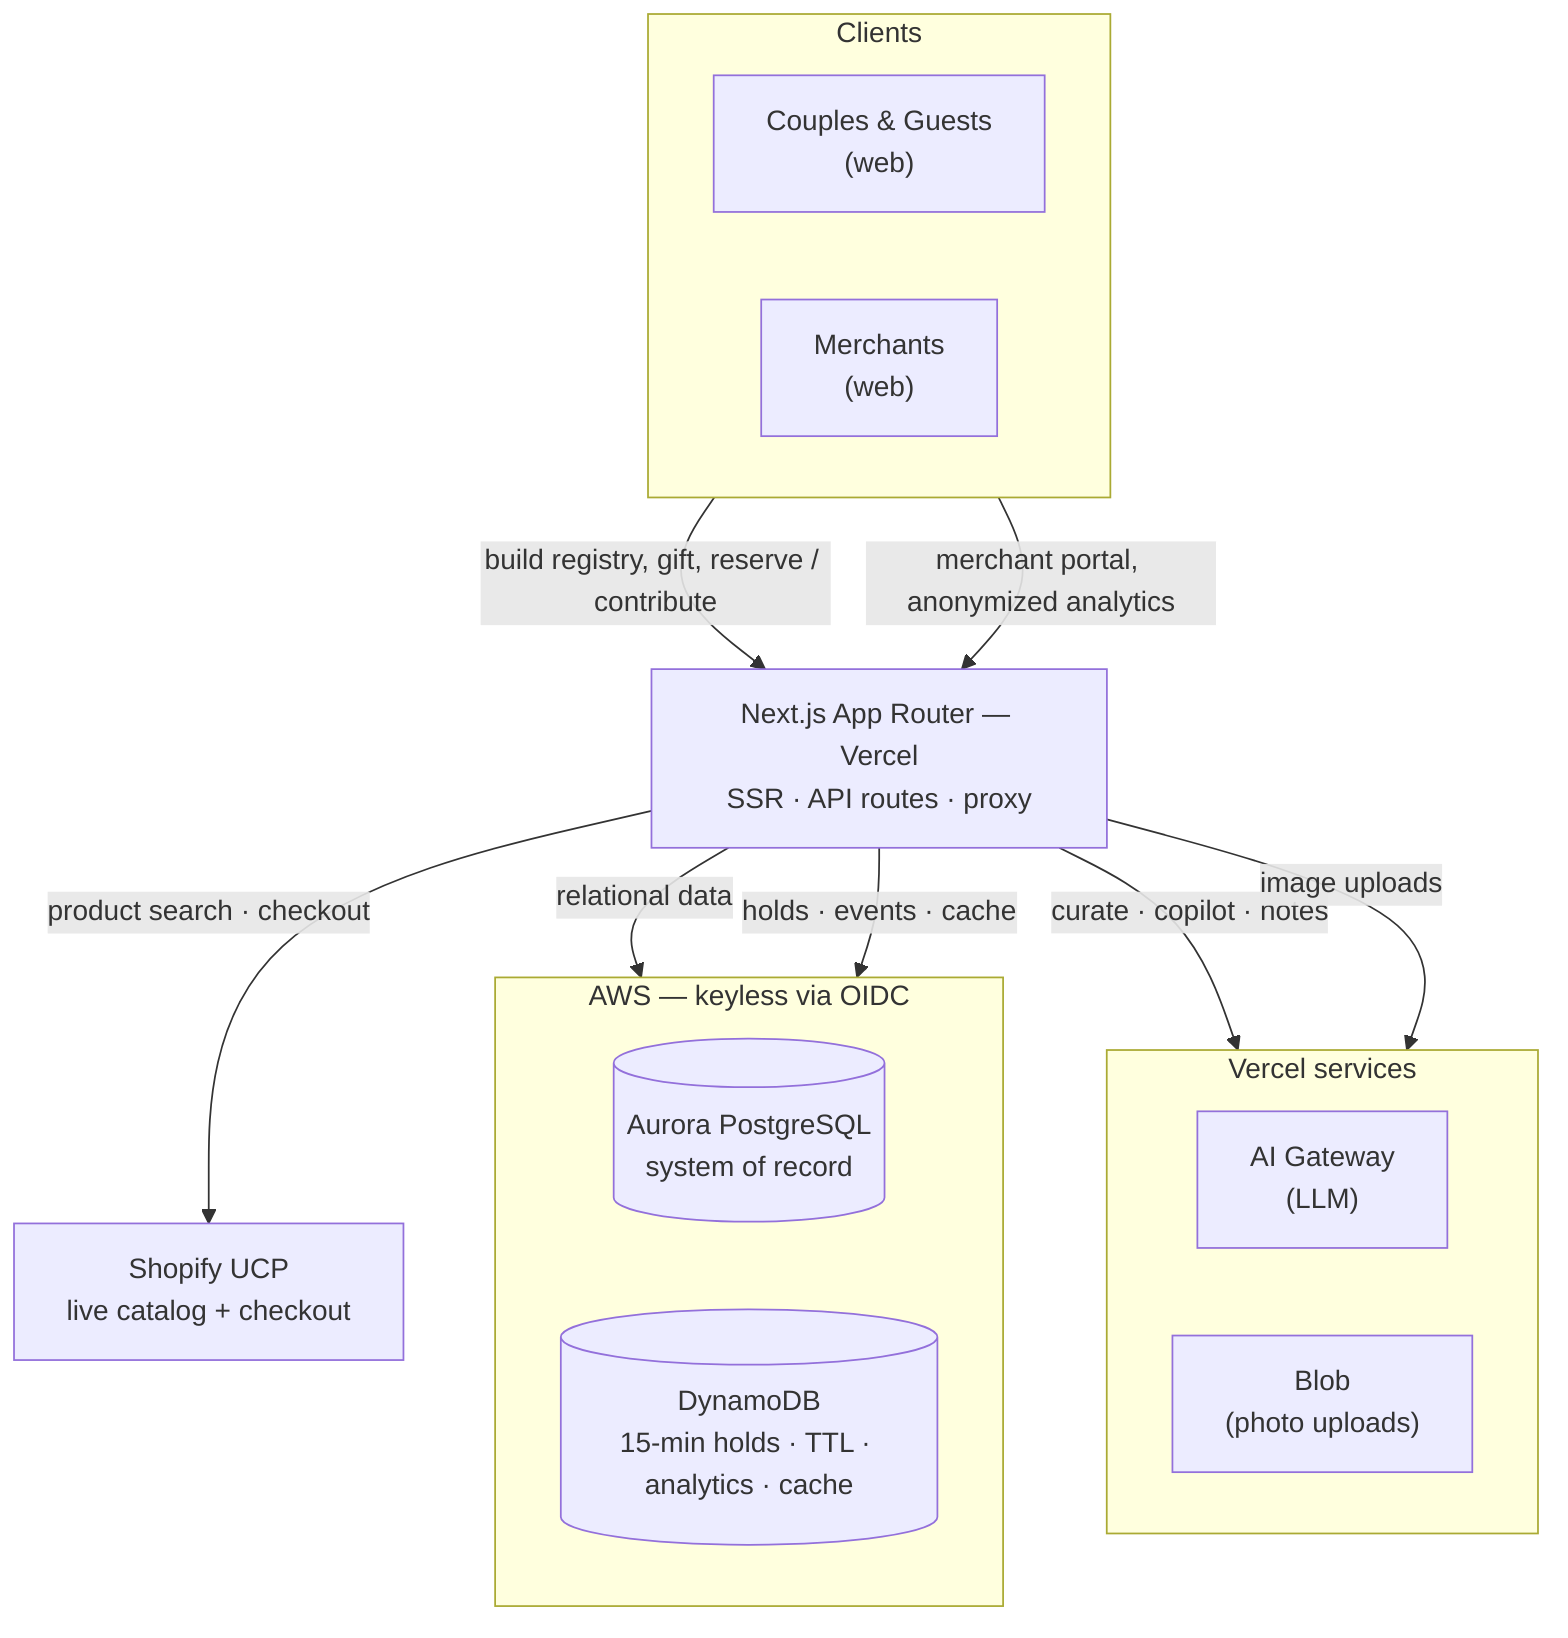
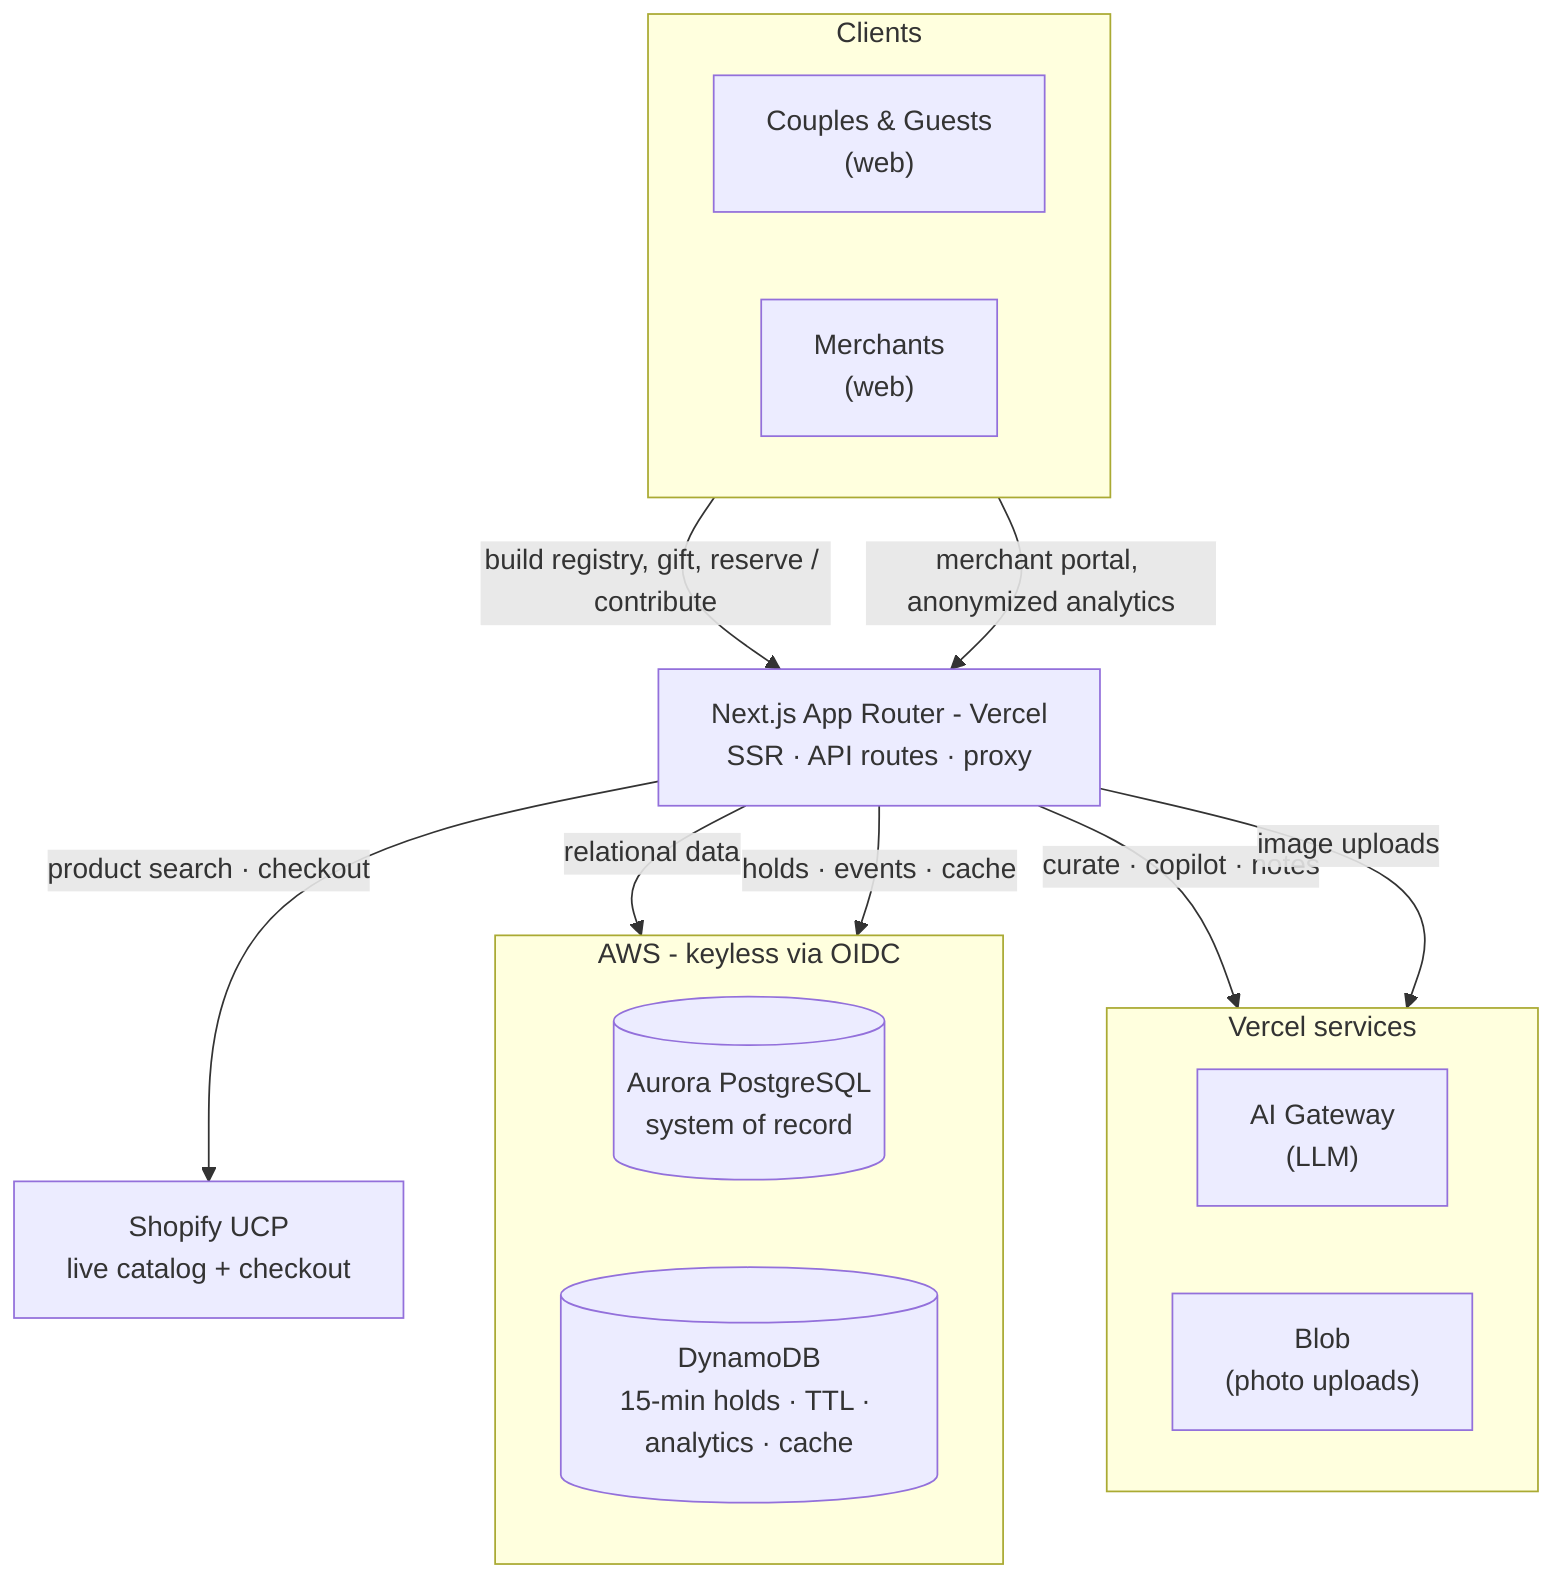
flowchart TB
  subgraph Clients["Clients"]
    direction LR
    C["Couples & Guests<br/>(web)"]
    M["Merchants<br/>(web)"]
  end

-   APP["Next.js App Router — Vercel<br/>SSR · API routes · proxy"]
+   APP["Next.js App Router - Vercel<br/>SSR · API routes · proxy"]

  subgraph VSVC["Vercel services"]
    direction LR
    GW["AI Gateway<br/>(LLM)"]
    BLOB["Blob<br/>(photo uploads)"]
  end

  SHOP["Shopify UCP<br/>live catalog + checkout"]

-   subgraph AWS["AWS — keyless via OIDC"]
+   subgraph AWS["AWS - keyless via OIDC"]
    direction LR
    PG[("Aurora PostgreSQL<br/>system of record")]
    DDB[("DynamoDB<br/>15-min holds · TTL · analytics · cache")]
  end

  C -->|"build registry, gift, reserve / contribute"| APP
  M -->|"merchant portal, anonymized analytics"| APP

  APP -->|"curate · copilot · notes"| GW
  APP -->|"image uploads"| BLOB
  APP -->|"product search · checkout"| SHOP
  APP -->|"relational data"| PG
  APP -->|"holds · events · cache"| DDB
